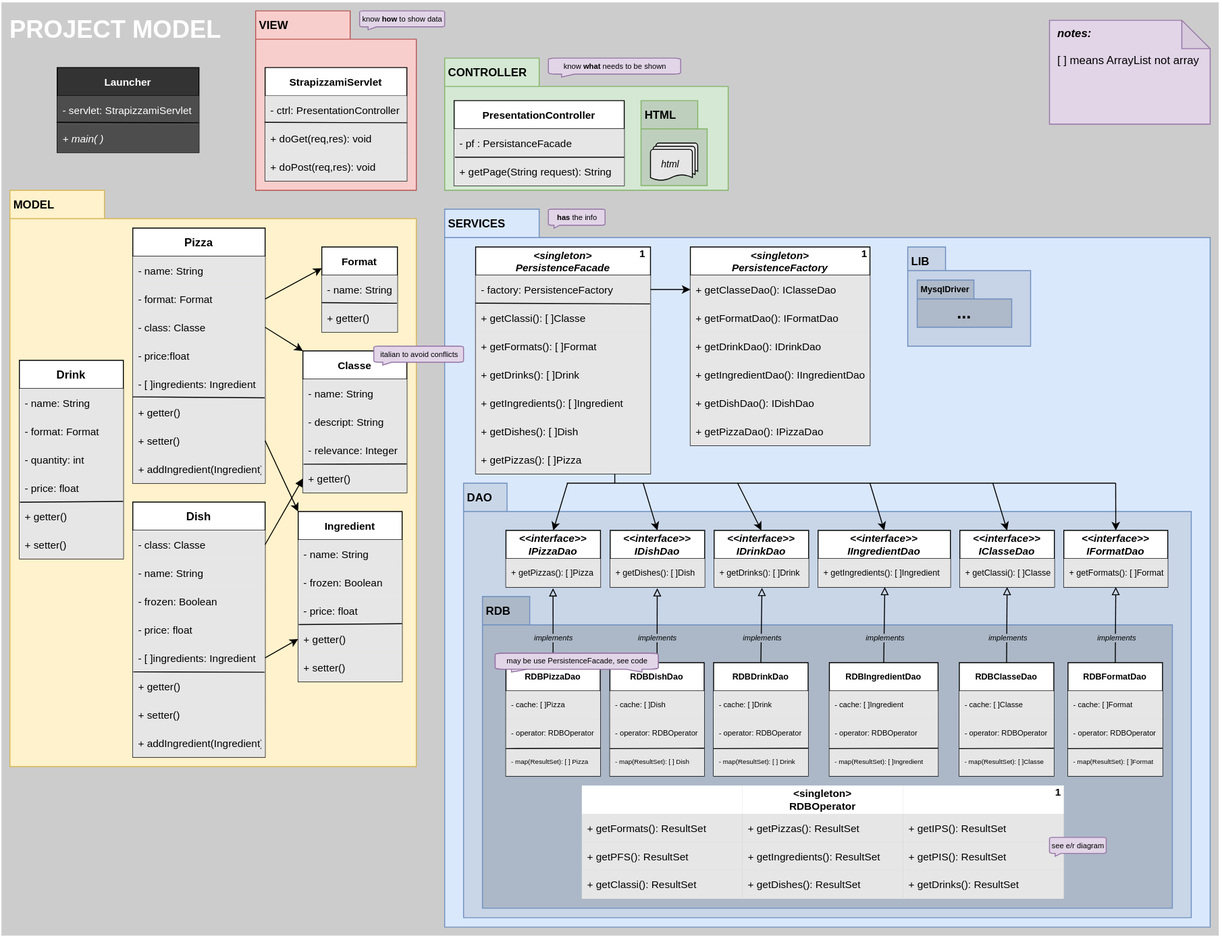
Above: doc/assets/projectModelCiclo1.drawio.svg in omismone/strapizzami (draw.io), before the change. Source tidied: cells renumbered, new cells last; positions are measured from the earlier drawing's top-left corner, leaving out a move shared by most shapes.
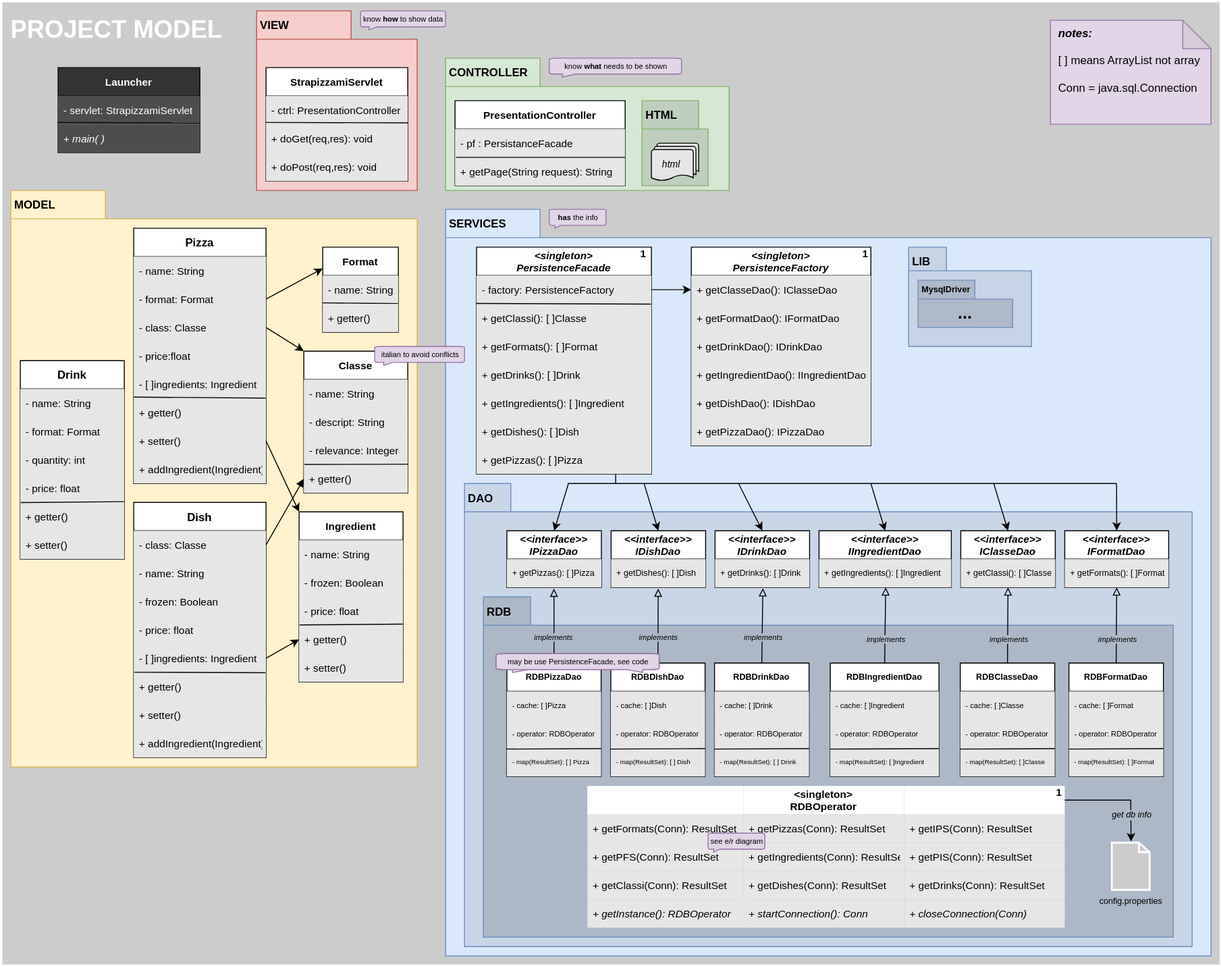
After the commit.

Change to the diagram source:
```diff
@@ -3,7 +3,7 @@
     <mxCell id="0" />
     <mxCell id="1" parent="0" />
     <mxCell id="2" value="PROJECT MODEL" style="rounded=0;whiteSpace=wrap;html=1;labelBackgroundColor=none;fontSize=26;strokeWidth=2;fillColor=#CCCCCC;strokeColor=#FFFFFF;verticalAlign=top;align=left;fontColor=#FFFFFF;fontStyle=1;spacingLeft=8;spacingTop=8;labelBorderColor=none;" parent="1" vertex="1">
-      <mxGeometry width="1290" height="990" as="geometry" />
+      <mxGeometry width="1290" height="1020" as="geometry" />
     </mxCell>
     <mxCell id="3" value="MODEL" style="shape=folder;fontStyle=1;spacingTop=2;tabWidth=100;tabHeight=30;tabPosition=left;html=1;verticalAlign=top;align=left;horizontal=1;labelPosition=center;verticalLabelPosition=middle;fontSize=12;spacingLeft=2;fillColor=#fff2cc;strokeColor=#d6b656;" parent="1" vertex="1">
       <mxGeometry x="10" y="200" width="430" height="610" as="geometry" />
@@ -123,7 +123,7 @@
       <mxGeometry relative="1" as="geometry" />
     </mxCell>
     <mxCell id="42" value="SERVICES" style="shape=folder;fontStyle=1;spacingTop=2;tabWidth=100;tabHeight=30;tabPosition=left;html=1;verticalAlign=top;align=left;horizontal=1;labelPosition=center;verticalLabelPosition=middle;fontSize=12;spacingLeft=2;fillColor=#dae8fc;strokeColor=#6c8ebf;" parent="1" vertex="1">
-      <mxGeometry x="470" y="220" width="810" height="760" as="geometry" />
+      <mxGeometry x="470" y="220" width="810" height="790" as="geometry" />
     </mxCell>
     <mxCell id="43" value="&lt;singleton&gt;&#10;PersistenceFacade" style="swimlane;fontStyle=3;horizontal=1;startSize=30;fontSize=11;" parent="1" vertex="1">
       <mxGeometry x="502.8" y="260" width="185" height="240" as="geometry" />
@@ -153,7 +153,7 @@
       <mxGeometry relative="1" as="geometry" />
     </mxCell>
     <mxCell id="52" value="DAO" style="shape=folder;fontStyle=1;spacingTop=2;tabWidth=40;tabHeight=30;tabPosition=left;html=1;verticalAlign=top;align=left;horizontal=1;labelPosition=center;verticalLabelPosition=middle;fontSize=12;spacingLeft=2;fillColor=#C9D6E8;strokeColor=#6c8ebf;" parent="1" vertex="1">
-      <mxGeometry x="490" y="510" width="770" height="460" as="geometry" />
+      <mxGeometry x="490" y="510" width="770" height="490" as="geometry" />
     </mxCell>
     <mxCell id="53" value="&lt;&lt;interface&gt;&gt;&#10;IPizzaDao" style="swimlane;fontStyle=3;horizontal=1;startSize=30;fontSize=11;" parent="1" vertex="1">
       <mxGeometry x="534.9" y="560" width="100" height="60" as="geometry" />
@@ -162,7 +162,7 @@
       <mxGeometry y="30" width="100" height="30" as="geometry" />
     </mxCell>
     <mxCell id="55" value="RDB" style="shape=folder;fontStyle=1;spacingTop=2;tabWidth=50;tabHeight=30;tabPosition=left;html=1;verticalAlign=top;align=left;horizontal=1;labelPosition=center;verticalLabelPosition=middle;fontSize=12;spacingLeft=2;fillColor=#ACB8C7;strokeColor=#6c8ebf;" parent="1" vertex="1">
-      <mxGeometry x="510" y="630" width="730" height="330" as="geometry" />
+      <mxGeometry x="510" y="630" width="730" height="360" as="geometry" />
     </mxCell>
     <mxCell id="56" value="RDBPizzaDao" style="swimlane;fontStyle=1;horizontal=1;startSize=30;fontSize=9;" parent="1" vertex="1">
       <mxGeometry x="534.9" y="700" width="99.7" height="120" as="geometry" />
@@ -182,13 +182,13 @@
     <mxCell id="61" value="&lt;singleton&gt;&#10;RDBOperator" style="swimlane;fontStyle=1;horizontal=1;startSize=30;fontSize=11;strokeColor=none;" parent="1" vertex="1">
       <mxGeometry x="785.1" y="830" width="170" height="120" as="geometry" />
     </mxCell>
-    <mxCell id="62" value="+ getPizzas(): ResultSet" style="text;strokeColor=none;fillColor=#E6E6E6;align=left;verticalAlign=middle;spacingLeft=4;spacingRight=4;overflow=hidden;fontSize=11;" parent="61" vertex="1">
+    <mxCell id="62" value="+ getPizzas(Conn): ResultSet" style="text;strokeColor=none;fillColor=#E6E6E6;align=left;verticalAlign=middle;spacingLeft=4;spacingRight=4;overflow=hidden;fontSize=11;" parent="61" vertex="1">
       <mxGeometry y="30" width="170" height="30" as="geometry" />
     </mxCell>
-    <mxCell id="63" value="+ getIngredients(): ResultSet" style="text;strokeColor=none;fillColor=#E6E6E6;align=left;verticalAlign=middle;spacingLeft=4;spacingRight=4;overflow=hidden;fontSize=11;" parent="61" vertex="1">
+    <mxCell id="63" value="+ getIngredients(Conn): ResultSet" style="text;strokeColor=none;fillColor=#E6E6E6;align=left;verticalAlign=middle;spacingLeft=4;spacingRight=4;overflow=hidden;fontSize=11;" parent="61" vertex="1">
       <mxGeometry y="60" width="170" height="30" as="geometry" />
     </mxCell>
-    <mxCell id="64" value="+ getDishes(): ResultSet" style="text;strokeColor=none;fillColor=#E6E6E6;align=left;verticalAlign=middle;spacingLeft=4;spacingRight=4;overflow=hidden;fontSize=11;" parent="61" vertex="1">
+    <mxCell id="64" value="+ getDishes(Conn): ResultSet" style="text;strokeColor=none;fillColor=#E6E6E6;align=left;verticalAlign=middle;spacingLeft=4;spacingRight=4;overflow=hidden;fontSize=11;" parent="61" vertex="1">
       <mxGeometry y="90" width="170" height="30" as="geometry" />
     </mxCell>
     <mxCell id="65" value="Dish" style="swimlane;fontStyle=1;horizontal=1;startSize=30;fontSize=12;" parent="1" vertex="1">
@@ -412,7 +412,7 @@
     <mxCell id="137" value="italian to avoid conflicts" style="html=1;verticalLabelPosition=middle;align=center;labelBackgroundColor=none;verticalAlign=middle;strokeWidth=1;strokeColor=#9673a6;shadow=0;dashed=0;shape=mxgraph.ios7.icons.message;labelBorderColor=none;fontSize=8;direction=east;flipH=1;labelPosition=center;spacingTop=-3;fillColor=#e1d5e7;" parent="1" vertex="1">
       <mxGeometry x="395" y="365" width="95" height="20" as="geometry" />
     </mxCell>
-    <mxCell id="138" value="&lt;i&gt;&lt;b&gt;&amp;nbsp; notes:&lt;/b&gt;&lt;br&gt;&lt;/i&gt;&lt;br&gt;&amp;nbsp; [ ] means ArrayList not array" style="shape=note;whiteSpace=wrap;html=1;backgroundOutline=1;darkOpacity=0.05;fillColor=#e1d5e7;strokeColor=#9673a6;align=left;verticalAlign=top;" parent="1" vertex="1">
+    <mxCell id="138" value="&lt;i&gt;&lt;b&gt;&amp;nbsp; notes:&lt;/b&gt;&lt;br&gt;&lt;/i&gt;&lt;br&gt;&amp;nbsp; [ ] means ArrayList not array&lt;br&gt;&lt;br&gt;&amp;nbsp; Conn = java.sql.Connection" style="shape=note;whiteSpace=wrap;html=1;backgroundOutline=1;darkOpacity=0.05;fillColor=#e1d5e7;strokeColor=#9673a6;align=left;verticalAlign=top;" parent="1" vertex="1">
       <mxGeometry x="1110" y="20" width="170" height="110" as="geometry" />
     </mxCell>
     <mxCell id="139" value="Launcher" style="swimlane;fontStyle=1;horizontal=1;startSize=30;fontSize=11;fontColor=#FFFFFF;fillColor=#333333;" parent="1" vertex="1">
@@ -517,26 +517,26 @@
     <mxCell id="164" style="endArrow=classic;html=1;rounded=0;exitX=1;exitY=0.5;exitDx=0;exitDy=0;entryX=0;entryY=0.5;entryDx=0;entryDy=0;" parent="1" edge="1" source="44" target="150">
       <mxGeometry relative="1" as="geometry" />
     </mxCell>
-    <mxCell id="165" value="+ getIPS(): ResultSet" style="text;strokeColor=none;fillColor=#E6E6E6;align=left;verticalAlign=middle;spacingLeft=4;spacingRight=4;overflow=hidden;fontSize=11;" parent="1" vertex="1">
+    <mxCell id="165" value="+ getIPS(Conn): ResultSet" style="text;strokeColor=none;fillColor=#E6E6E6;align=left;verticalAlign=middle;spacingLeft=4;spacingRight=4;overflow=hidden;fontSize=11;" parent="1" vertex="1">
       <mxGeometry x="955.1" y="860" width="170" height="30" as="geometry" />
     </mxCell>
-    <mxCell id="166" value="+ getPIS(): ResultSet" style="text;strokeColor=none;fillColor=#E6E6E6;align=left;verticalAlign=middle;spacingLeft=4;spacingRight=4;overflow=hidden;fontSize=11;" parent="1" vertex="1">
+    <mxCell id="166" value="+ getPIS(Conn): ResultSet" style="text;strokeColor=none;fillColor=#E6E6E6;align=left;verticalAlign=middle;spacingLeft=4;spacingRight=4;overflow=hidden;fontSize=11;" parent="1" vertex="1">
       <mxGeometry x="955.1" y="890" width="170" height="30" as="geometry" />
     </mxCell>
-    <mxCell id="167" value="+ getPFS(): ResultSet" style="text;strokeColor=none;fillColor=#E6E6E6;align=left;verticalAlign=middle;spacingLeft=4;spacingRight=4;overflow=hidden;fontSize=11;" parent="1" vertex="1">
-      <mxGeometry x="615.1" y="890" width="170" height="30" as="geometry" />
+    <mxCell id="167" value="+ getPFS(Conn): ResultSet" style="text;strokeColor=none;fillColor=#E6E6E6;align=left;verticalAlign=middle;spacingLeft=4;spacingRight=4;overflow=hidden;fontSize=11;" parent="1" vertex="1">
+      <mxGeometry x="620" y="890" width="165.1" height="30" as="geometry" />
     </mxCell>
-    <mxCell id="168" value="+ getFormats(): ResultSet" style="text;strokeColor=none;fillColor=#E6E6E6;align=left;verticalAlign=middle;spacingLeft=4;spacingRight=4;overflow=hidden;fontSize=11;" parent="1" vertex="1">
-      <mxGeometry x="615.1" y="860" width="170" height="30" as="geometry" />
+    <mxCell id="168" value="+ getFormats(Conn): ResultSet" style="text;strokeColor=none;fillColor=#E6E6E6;align=left;verticalAlign=middle;spacingLeft=4;spacingRight=4;overflow=hidden;fontSize=11;" parent="1" vertex="1">
+      <mxGeometry x="620" y="860" width="165.1" height="30" as="geometry" />
     </mxCell>
-    <mxCell id="169" value="+ getClassi(): ResultSet" style="text;strokeColor=none;fillColor=#E6E6E6;align=left;verticalAlign=middle;spacingLeft=4;spacingRight=4;overflow=hidden;fontSize=11;" parent="1" vertex="1">
-      <mxGeometry x="615.1" y="920" width="170" height="30" as="geometry" />
+    <mxCell id="169" value="+ getClassi(Conn): ResultSet" style="text;strokeColor=none;fillColor=#E6E6E6;align=left;verticalAlign=middle;spacingLeft=4;spacingRight=4;overflow=hidden;fontSize=11;" parent="1" vertex="1">
+      <mxGeometry x="620" y="920" width="165.1" height="30" as="geometry" />
     </mxCell>
-    <mxCell id="170" value="+ getDrinks(): ResultSet" style="text;strokeColor=none;fillColor=#E6E6E6;align=left;verticalAlign=middle;spacingLeft=4;spacingRight=4;overflow=hidden;fontSize=11;" parent="1" vertex="1">
+    <mxCell id="170" value="+ getDrinks(Conn): ResultSet" style="text;strokeColor=none;fillColor=#E6E6E6;align=left;verticalAlign=middle;spacingLeft=4;spacingRight=4;overflow=hidden;fontSize=11;" parent="1" vertex="1">
       <mxGeometry x="955.1" y="920" width="170" height="30" as="geometry" />
     </mxCell>
     <mxCell id="171" style="swimlane;fontStyle=1;horizontal=1;startSize=30;fontSize=11;strokeColor=none;" parent="1" vertex="1">
-      <mxGeometry x="615.1" y="830" width="170" height="30" as="geometry" />
+      <mxGeometry x="620" y="830" width="165.1" height="30" as="geometry" />
     </mxCell>
     <mxCell id="172" style="swimlane;fontStyle=1;horizontal=1;startSize=30;fontSize=11;strokeColor=none;" parent="1" vertex="1">
       <mxGeometry x="955.1" y="830" width="170" height="30" as="geometry" />
@@ -545,7 +545,7 @@
       <mxGeometry x="523.5" y="690" width="172.5" height="20" as="geometry" />
     </mxCell>
     <mxCell id="174" value="see e/r diagram" style="html=1;verticalLabelPosition=middle;align=center;labelBackgroundColor=none;verticalAlign=middle;strokeWidth=1;strokeColor=#9673a6;shadow=0;dashed=0;shape=mxgraph.ios7.icons.message;labelBorderColor=none;fontSize=8;direction=east;flipH=1;labelPosition=center;spacingTop=-3;fillColor=#e1d5e7;" parent="1" vertex="1">
-      <mxGeometry x="1110" y="885" width="60" height="20" as="geometry" />
+      <mxGeometry x="747.8" y="880" width="60" height="20" as="geometry" />
     </mxCell>
     <mxCell id="175" value="may be use PersistenceFacade, see code" style="html=1;verticalLabelPosition=middle;align=center;labelBackgroundColor=none;verticalAlign=middle;strokeWidth=1;strokeColor=#9673a6;shadow=0;dashed=0;shape=mxgraph.ios7.icons.message;labelBorderColor=none;fontSize=8;direction=east;flipH=0;labelPosition=center;spacingTop=-3;fillColor=#e1d5e7;flipV=0;" parent="1" vertex="1">
       <mxGeometry x="523.5" y="690" width="172.5" height="20" as="geometry" />
@@ -559,5 +559,29 @@
     <mxCell id="178" value="&lt;b&gt;&lt;font style=&quot;font-size: 11px;&quot;&gt;1&lt;/font&gt;&lt;/b&gt;" style="text;html=1;strokeColor=none;fillColor=none;align=center;verticalAlign=middle;whiteSpace=wrap;rounded=0;fontSize=7;spacingRight=11;spacingTop=4;" parent="1" vertex="1">
       <mxGeometry x="660" y="255" width="50.1" height="20" as="geometry" />
     </mxCell>
+    <mxCell id="179" value="+ startConnection(): Conn" style="text;strokeColor=none;fillColor=#E6E6E6;align=left;verticalAlign=middle;spacingLeft=4;spacingRight=4;overflow=hidden;fontSize=11;fontStyle=2;" parent="1" vertex="1">
+      <mxGeometry x="785.1" y="950" width="170" height="30" as="geometry" />
+    </mxCell>
+    <mxCell id="180" value="+ closeConnection(Conn)" style="text;strokeColor=none;fillColor=#E6E6E6;align=left;verticalAlign=middle;spacingLeft=4;spacingRight=4;overflow=hidden;fontSize=11;fontStyle=2;" parent="1" vertex="1">
+      <mxGeometry x="955.1" y="950" width="170" height="30" as="geometry" />
+    </mxCell>
+    <mxCell id="181" value="+ getInstance(): RDBOperator" style="text;strokeColor=none;fillColor=#E6E6E6;align=left;verticalAlign=middle;spacingLeft=4;spacingRight=4;overflow=hidden;fontSize=11;fontStyle=2;" parent="1" vertex="1">
+      <mxGeometry x="620" y="950" width="170" height="30" as="geometry" />
+    </mxCell>
+    <mxCell id="182" value="config.properties" style="html=1;verticalLabelPosition=bottom;align=center;labelBackgroundColor=none;verticalAlign=top;strokeWidth=2;strokeColor=#FFFFFF;shadow=0;dashed=0;shape=mxgraph.ios7.icons.document;labelBorderColor=none;fillStyle=solid;fontColor=default;fillColor=#CCCCCC;fontSize=9;" parent="1" vertex="1">
+      <mxGeometry x="1175" y="890" width="40" height="50" as="geometry" />
+    </mxCell>
+    <mxCell id="183" style="endArrow=classic;html=1;rounded=0;fontSize=9;fontColor=default;entryX=0.509;entryY=-0.025;entryDx=0;entryDy=0;entryPerimeter=0;exitX=1;exitY=0.5;exitDx=0;exitDy=0;" parent="1" edge="1" source="172" target="182">
+      <mxGeometry relative="1" as="geometry">
+        <Array as="points">
+          <mxPoint x="1195" y="845" />
+        </Array>
+      </mxGeometry>
+    </mxCell>
+    <mxCell id="184" value="get db info" style="edgeLabel;html=1;align=center;verticalAlign=middle;fontSize=9;fontColor=default;labelBackgroundColor=#ACB8C7;fontStyle=2;" parent="183" vertex="1">
+      <mxGeometry x="0.46" y="1" relative="1" as="geometry">
+        <mxPoint x="-1" y="2" as="offset" />
+      </mxGeometry>
+    </mxCell>
   </root>
 </mxGraphModel>
```
